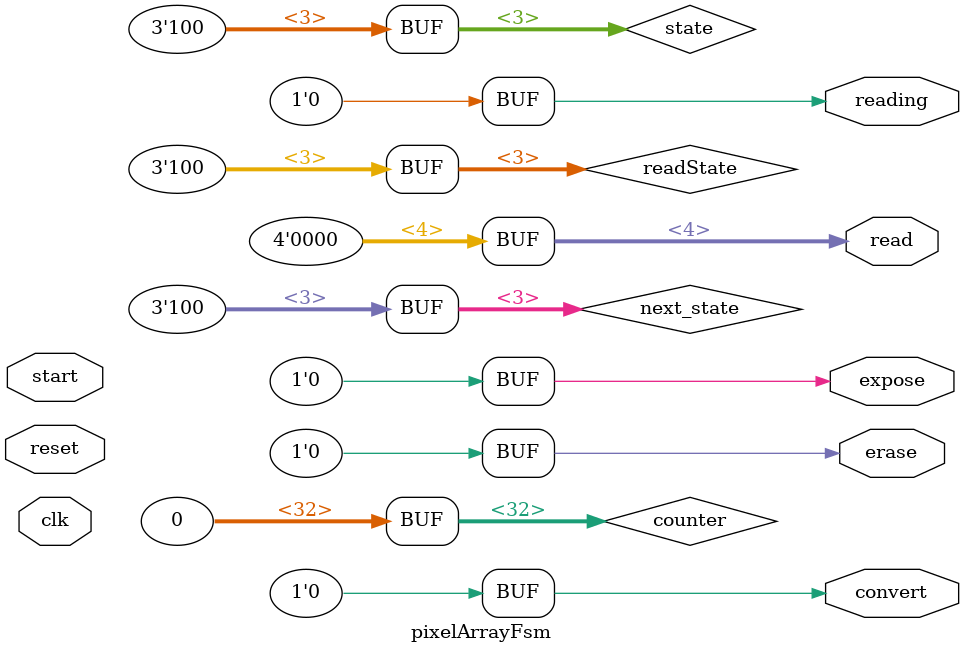
Before: verilog/pixelSensorFsm.png, a diagram exported from Graphviz (Memmedud/TFE4152-Project). Its source is kept beside it as verilog/pixelSensorFsm.dot. Source of this version:
```dot
digraph "pixelArrayFsm" {
label="pixelArrayFsm";
rankdir="LR";
remincross=true;
n1 [ shape=octagon, label="clk", color="black", fontcolor="black" ];
n2 [ shape=octagon, label="convert", color="black", fontcolor="black" ];
n3 [ shape=diamond, label="counter", color="black", fontcolor="black" ];
n4 [ shape=octagon, label="erase", color="black", fontcolor="black" ];
n5 [ shape=octagon, label="expose", color="black", fontcolor="black" ];
n6 [ shape=diamond, label="next_state", color="black", fontcolor="black" ];
n7 [ shape=octagon, label="read", color="black", fontcolor="black" ];
n8 [ shape=diamond, label="readState", color="black", fontcolor="black" ];
n9 [ shape=octagon, label="reading", color="black", fontcolor="black" ];
n10 [ shape=octagon, label="reset", color="black", fontcolor="black" ];
n11 [ shape=octagon, label="start", color="black", fontcolor="black" ];
n12 [ shape=diamond, label="state", color="black", fontcolor="black" ];
{ rank="source"; n1; n10; n11;}
{ rank="sink"; n2; n4; n5; n7; n9;}
v0 [ label="1'0" ];
x1 [shape=box, style=rounded, label="BUF"];
v2 [ label="0" ];
x3 [shape=box, style=rounded, label="BUF"];
v4 [ label="1'0" ];
x5 [shape=box, style=rounded, label="BUF"];
v6 [ label="1'0" ];
x7 [shape=box, style=rounded, label="BUF"];
v8 [ label="3'100" ];
x9 [shape=box, style=rounded, label="BUF"];
v10 [ label="4'0000" ];
x11 [shape=box, style=rounded, label="BUF"];
v12 [ label="3'100" ];
x13 [shape=box, style=rounded, label="BUF"];
v14 [ label="1'0" ];
x15 [shape=box, style=rounded, label="BUF"];
v16 [ label="3'100" ];
x17 [shape=box, style=rounded, label="BUF"];
x17:e:e -> n12:w [colorscheme="dark28", color="5", fontcolor="5", style="setlinewidth(3)", label="<3>"];
x1:e:e -> n2:w [colorscheme="dark28", color="1", fontcolor="1", label=""];
x3:e:e -> n3:w [colorscheme="dark28", color="1", fontcolor="1", style="setlinewidth(3)", label="<32>"];
x5:e:e -> n4:w [colorscheme="dark28", color="3", fontcolor="3", label=""];
x7:e:e -> n5:w [colorscheme="dark28", color="4", fontcolor="4", label=""];
x9:e:e -> n6:w [colorscheme="dark28", color="4", fontcolor="4", style="setlinewidth(3)", label="<3>"];
x11:e:e -> n7:w [colorscheme="dark28", color="3", fontcolor="3", style="setlinewidth(3)", label="<4>"];
x13:e:e -> n8:w [colorscheme="dark28", color="2", fontcolor="2", style="setlinewidth(3)", label="<3>"];
x15:e:e -> n9:w [colorscheme="dark28", color="1", fontcolor="1", label=""];
v0:e -> x1:w:w [colorscheme="dark28", color="1", fontcolor="1", label=""];
v10:e -> x11:w:w [colorscheme="dark28", color="6", fontcolor="6", style="setlinewidth(3)", label="<4>"];
v12:e -> x13:w:w [colorscheme="dark28", color="6", fontcolor="6", style="setlinewidth(3)", label="<3>"];
v14:e -> x15:w:w [colorscheme="dark28", color="2", fontcolor="2", label=""];
v16:e -> x17:w:w [colorscheme="dark28", color="2", fontcolor="2", style="setlinewidth(3)", label="<3>"];
v2:e -> x3:w:w [colorscheme="dark28", color="2", fontcolor="2", style="setlinewidth(3)", label="<32>"];
v4:e -> x5:w:w [colorscheme="dark28", color="1", fontcolor="1", label=""];
v6:e -> x7:w:w [colorscheme="dark28", color="1", fontcolor="1", label=""];
v8:e -> x9:w:w [colorscheme="dark28", color="3", fontcolor="3", style="setlinewidth(3)", label="<3>"];
}
```
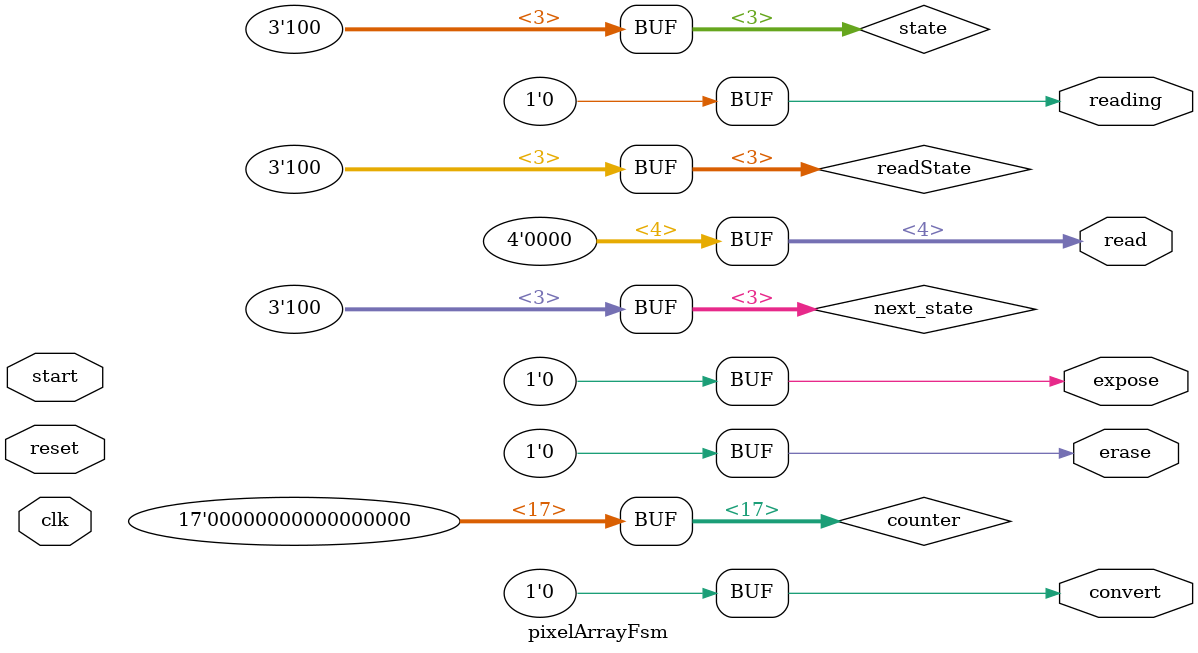
After the change.

What changed in the source:
```diff
@@ -18,7 +18,7 @@
 { rank="sink"; n2; n4; n5; n7; n9;}
 v0 [ label="1'0" ];
 x1 [shape=box, style=rounded, label="BUF"];
-v2 [ label="0" ];
+v2 [ label="17'00000000000000000" ];
 x3 [shape=box, style=rounded, label="BUF"];
 v4 [ label="1'0" ];
 x5 [shape=box, style=rounded, label="BUF"];
@@ -36,7 +36,7 @@
 x17 [shape=box, style=rounded, label="BUF"];
 x17:e:e -> n12:w [colorscheme="dark28", color="5", fontcolor="5", style="setlinewidth(3)", label="<3>"];
 x1:e:e -> n2:w [colorscheme="dark28", color="1", fontcolor="1", label=""];
-x3:e:e -> n3:w [colorscheme="dark28", color="1", fontcolor="1", style="setlinewidth(3)", label="<32>"];
+x3:e:e -> n3:w [colorscheme="dark28", color="1", fontcolor="1", style="setlinewidth(3)", label="<17>"];
 x5:e:e -> n4:w [colorscheme="dark28", color="3", fontcolor="3", label=""];
 x7:e:e -> n5:w [colorscheme="dark28", color="4", fontcolor="4", label=""];
 x9:e:e -> n6:w [colorscheme="dark28", color="4", fontcolor="4", style="setlinewidth(3)", label="<3>"];
@@ -48,7 +48,7 @@
 v12:e -> x13:w:w [colorscheme="dark28", color="6", fontcolor="6", style="setlinewidth(3)", label="<3>"];
 v14:e -> x15:w:w [colorscheme="dark28", color="2", fontcolor="2", label=""];
 v16:e -> x17:w:w [colorscheme="dark28", color="2", fontcolor="2", style="setlinewidth(3)", label="<3>"];
-v2:e -> x3:w:w [colorscheme="dark28", color="2", fontcolor="2", style="setlinewidth(3)", label="<32>"];
+v2:e -> x3:w:w [colorscheme="dark28", color="2", fontcolor="2", style="setlinewidth(3)", label="<17>"];
 v4:e -> x5:w:w [colorscheme="dark28", color="1", fontcolor="1", label=""];
 v6:e -> x7:w:w [colorscheme="dark28", color="1", fontcolor="1", label=""];
 v8:e -> x9:w:w [colorscheme="dark28", color="3", fontcolor="3", style="setlinewidth(3)", label="<3>"];
```
